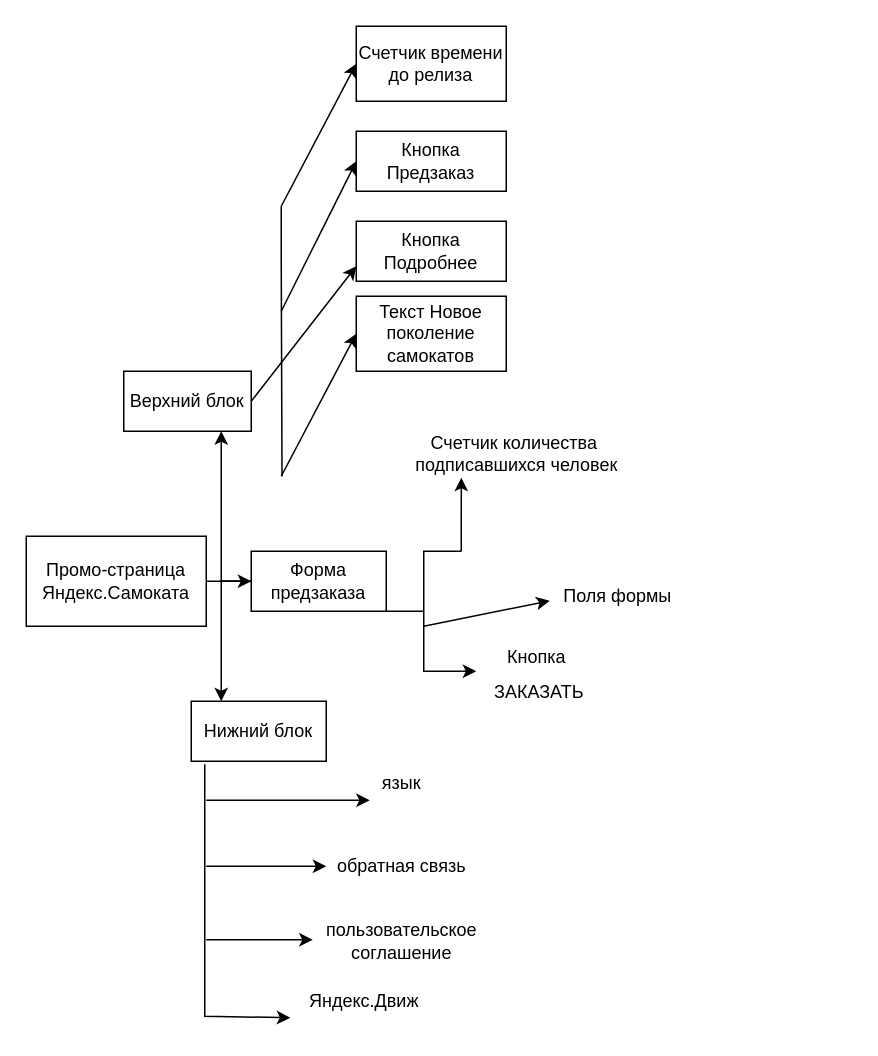
This is Untitled Diagram.drawio from azatmuhamedov/hello-world, a draw.io file, before an edit. Source tidied: cells renumbered, new cells numbered last; positions are measured from the earlier drawing's top-left corner, leaving out a move shared by most shapes. Both pictures are drawn from the tidied source at 150%, with x=0, y=0 at pixel (26, 26).
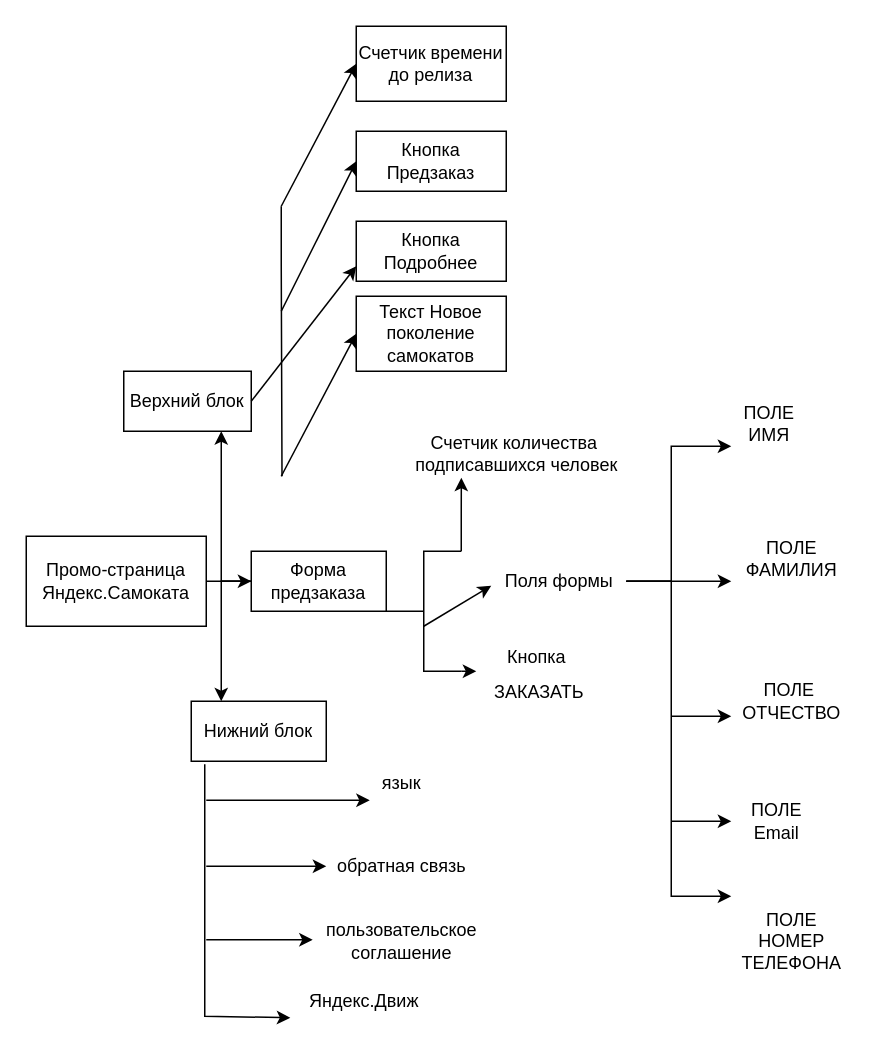
The same page after the edit.

What changed in the source:
```diff
@@
+    <mxCell id="33" style="edgeStyle=orthogonalEdgeStyle;rounded=0;jettySize=auto;html=1;" parent="1" edge="1" source="20">
+      <mxGeometry relative="1" as="geometry">
+        <mxPoint x="470" y="370" as="targetPoint" />
+      </mxGeometry>
+    </mxCell>
+    <mxCell id="34" style="edgeStyle=orthogonalEdgeStyle;rounded=0;jettySize=auto;html=1;" parent="1" edge="1" source="20">
+      <mxGeometry relative="1" as="geometry">
+        <mxPoint x="470" y="280" as="targetPoint" />
+        <Array as="points">
+          <mxPoint x="430" y="370" />
+          <mxPoint x="430" y="280" />
+        </Array>
+      </mxGeometry>
+    </mxCell>
+    <mxCell id="35" style="edgeStyle=orthogonalEdgeStyle;rounded=0;jettySize=auto;html=1;" parent="1" edge="1" source="20">
+      <mxGeometry relative="1" as="geometry">
+        <mxPoint x="470" y="580" as="targetPoint" />
+        <Array as="points">
+          <mxPoint x="430" y="370" />
+          <mxPoint x="430" y="580" />
+          <mxPoint x="460" y="580" />
+        </Array>
+      </mxGeometry>
+    </mxCell>
     <mxCell id="20" value="Поля формы" style="text;html=1;align=center;verticalAlign=middle;points=[];strokeColor=none;fillColor=none;fontSize=12;" parent="1" vertex="1">
-      <mxGeometry x="349" y="370" width="90" height="20" as="geometry" />
+      <mxGeometry x="310" y="360" width="90" height="20" as="geometry" />
     </mxCell>
@@
+    <mxCell id="36" style="endArrow=classic;html=1;rounded=0;" parent="1" edge="1">
+      <mxGeometry relative="1" as="geometry">
+        <mxPoint x="430" y="460" as="sourcePoint" />
+        <mxPoint x="470" y="460" as="targetPoint" />
+      </mxGeometry>
+    </mxCell>
+    <mxCell id="37" style="endArrow=classic;html=1;rounded=0;" parent="1" edge="1">
+      <mxGeometry relative="1" as="geometry">
+        <mxPoint x="430" y="530" as="sourcePoint" />
+        <mxPoint x="470" y="530" as="targetPoint" />
+      </mxGeometry>
+    </mxCell>
+    <mxCell id="38" value="ПОЛЕ&lt;br&gt;ИМЯ" style="text;html=1;align=center;verticalAlign=middle;strokeColor=none;fillColor=none;" parent="1" vertex="1">
+      <mxGeometry x="470" y="250" width="50" height="30" as="geometry" />
+    </mxCell>
+    <mxCell id="39" value="ПОЛЕ&lt;br&gt;ФАМИЛИЯ" style="text;html=1;align=center;verticalAlign=middle;strokeColor=none;fillColor=none;" parent="1" vertex="1">
+      <mxGeometry x="470" y="340" width="80" height="30" as="geometry" />
+    </mxCell>
+    <mxCell id="40" value="ПОЛЕ&amp;nbsp;&lt;br&gt;ОТЧЕСТВО" style="text;html=1;align=center;verticalAlign=middle;strokeColor=none;fillColor=none;" parent="1" vertex="1">
+      <mxGeometry x="470" y="435" width="80" height="30" as="geometry" />
+    </mxCell>
+    <mxCell id="41" value="ПОЛЕ&lt;br&gt;Email" style="text;html=1;align=center;verticalAlign=middle;strokeColor=none;fillColor=none;" parent="1" vertex="1">
+      <mxGeometry x="475" y="515" width="50" height="30" as="geometry" />
+    </mxCell>
+    <mxCell id="42" value="ПОЛЕ&lt;br&gt;НОМЕР&lt;br&gt;ТЕЛЕФОНА" style="text;html=1;align=center;verticalAlign=middle;strokeColor=none;fillColor=none;" parent="1" vertex="1">
+      <mxGeometry x="470" y="585" width="80" height="50" as="geometry" />
+    </mxCell>
```
